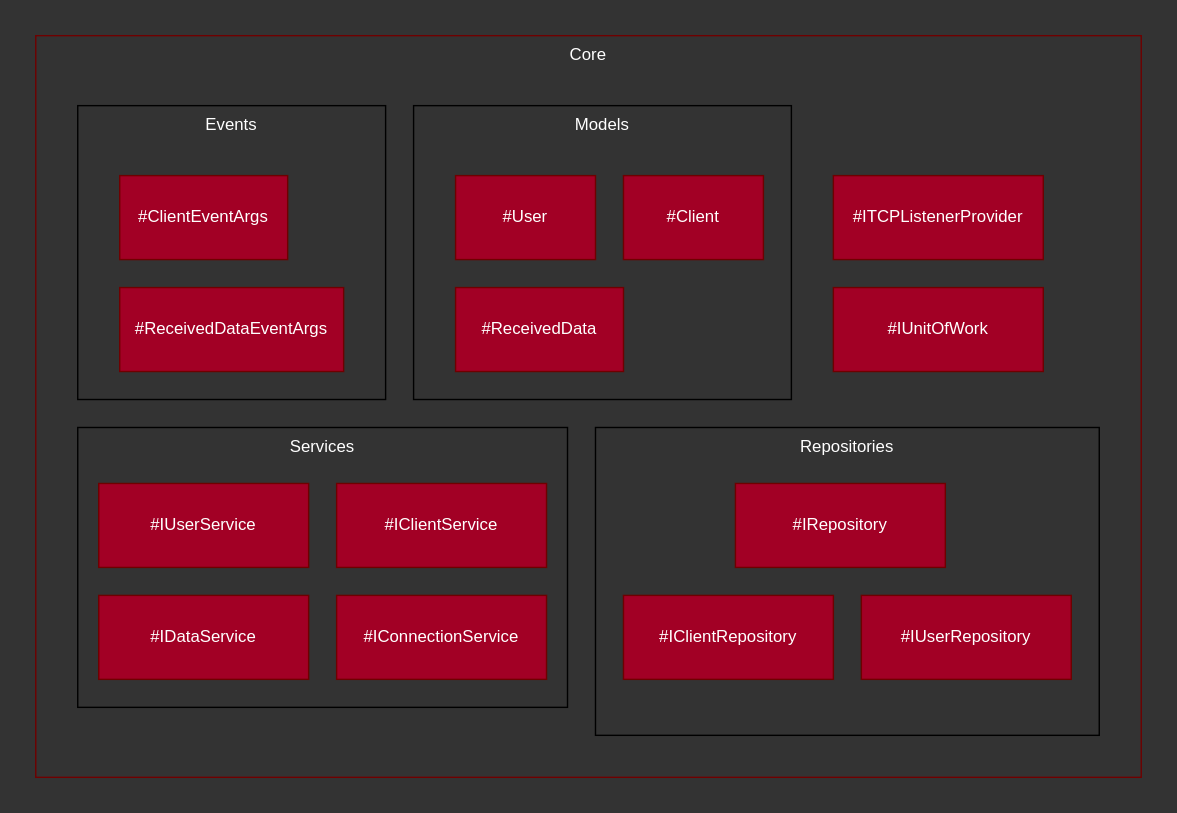
The draw.io diagram docs/diagrams-img/core-project.svg in AndreTerra5348/tcp-chat-server, before a commit. Source tidied: cells renumbered, new cells last; positions are measured from the earlier drawing's top-left corner, leaving out a move shared by most shapes.
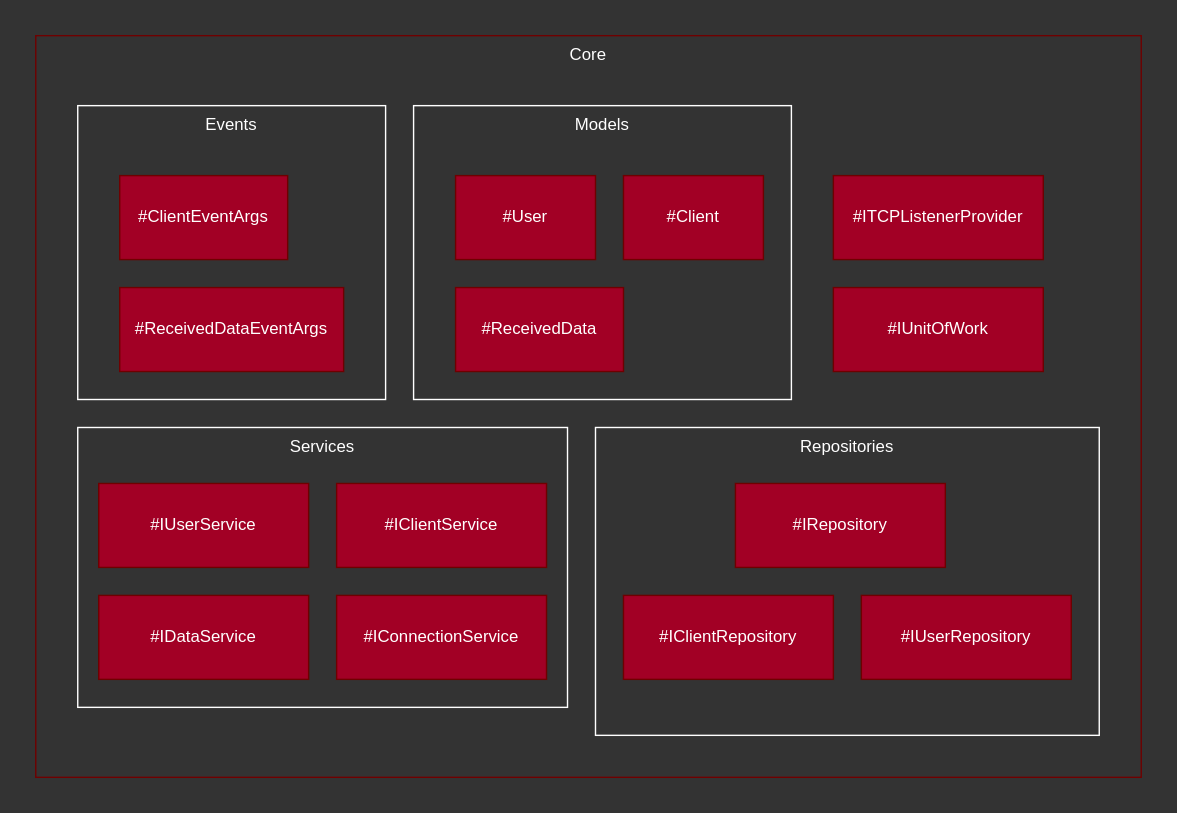
Above is the later version.

Commit message:
Create diagrams for core.command, command and service projects, update readme, fix file and classes names, remove unnecessary usings.

What changed in the source:
```diff
@@ -5,16 +5,16 @@
     <mxCell id="2" value="Core" style="rounded=0;whiteSpace=wrap;html=1;fillColor=none;strokeColor=#6F0000;verticalAlign=top;fontColor=#ffffff;" parent="1" vertex="1">
       <mxGeometry width="790" height="530" as="geometry" />
     </mxCell>
-    <mxCell id="3" value="Services" style="rounded=0;whiteSpace=wrap;html=1;fontColor=#FFFFFF;fillColor=none;verticalAlign=top;" parent="1" vertex="1">
+    <mxCell id="3" value="Services" style="rounded=0;whiteSpace=wrap;html=1;fontColor=#FFFFFF;fillColor=none;verticalAlign=top;strokeColor=#FFFFFF;" parent="1" vertex="1">
       <mxGeometry x="30" y="280" width="350" height="200" as="geometry" />
     </mxCell>
-    <mxCell id="4" value="Repositories" style="rounded=0;whiteSpace=wrap;html=1;fontColor=#FFFFFF;fillColor=none;verticalAlign=top;" parent="1" vertex="1">
+    <mxCell id="4" value="Repositories" style="rounded=0;whiteSpace=wrap;html=1;fontColor=#FFFFFF;fillColor=none;verticalAlign=top;strokeColor=#FFFFFF;" parent="1" vertex="1">
       <mxGeometry x="400" y="280" width="360" height="220" as="geometry" />
     </mxCell>
-    <mxCell id="5" value="Models" style="rounded=0;whiteSpace=wrap;html=1;fontColor=#FFFFFF;fillColor=none;verticalAlign=top;" parent="1" vertex="1">
+    <mxCell id="5" value="Models" style="rounded=0;whiteSpace=wrap;html=1;fontColor=#FFFFFF;fillColor=none;verticalAlign=top;strokeColor=#FFFFFF;" parent="1" vertex="1">
       <mxGeometry x="270" y="50" width="270" height="210" as="geometry" />
     </mxCell>
-    <mxCell id="6" value="Events" style="rounded=0;whiteSpace=wrap;html=1;fontColor=#FFFFFF;fillColor=none;verticalAlign=top;" parent="1" vertex="1">
+    <mxCell id="6" value="Events" style="rounded=0;whiteSpace=wrap;html=1;fontColor=#FFFFFF;fillColor=none;verticalAlign=top;strokeColor=#FFFFFF;" parent="1" vertex="1">
       <mxGeometry x="30" y="50" width="220" height="210" as="geometry" />
     </mxCell>
     <mxCell id="7" value="#ClientEventArgs" style="rounded=0;whiteSpace=wrap;html=1;fontColor=#ffffff;fillColor=#a20025;strokeColor=#6F0000;" parent="1" vertex="1">
```
